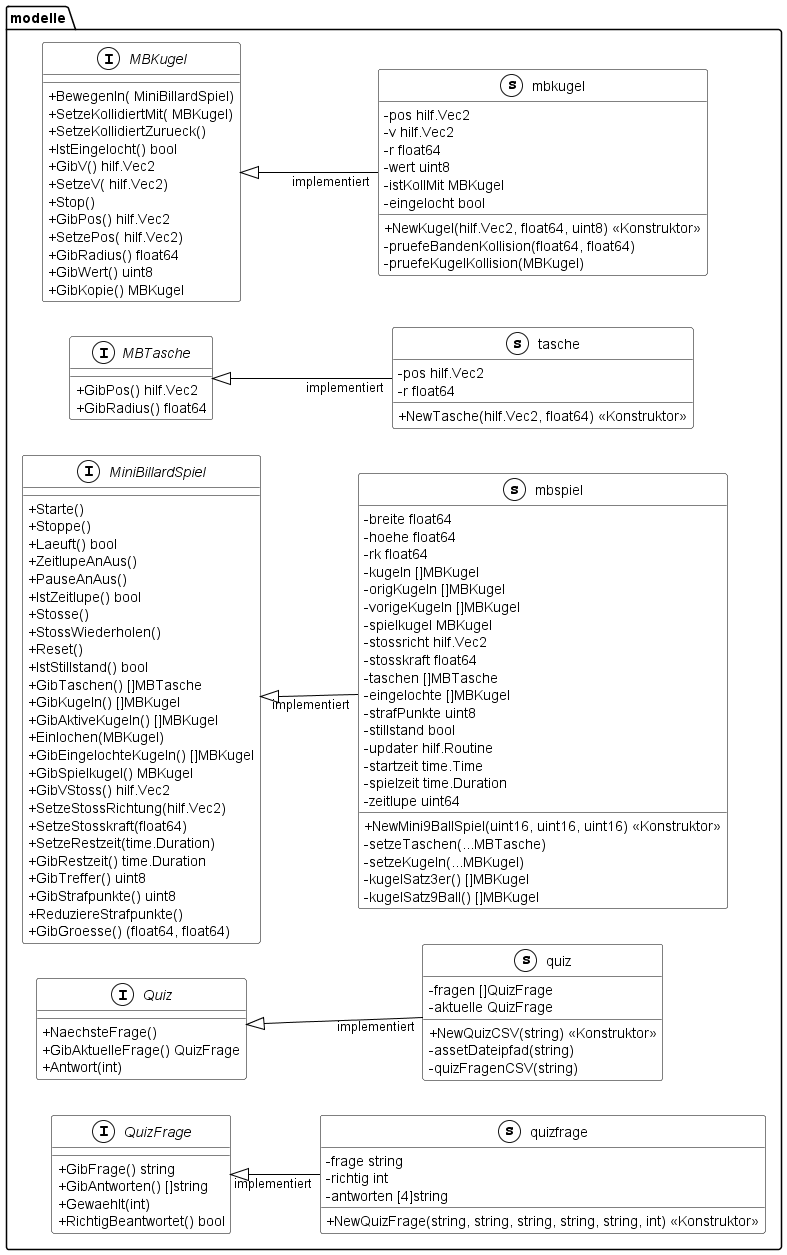
This is documentation/UML/modelle.png from Fussbroich/lwb-SWP, a PlantUML export, as it was before one commit.
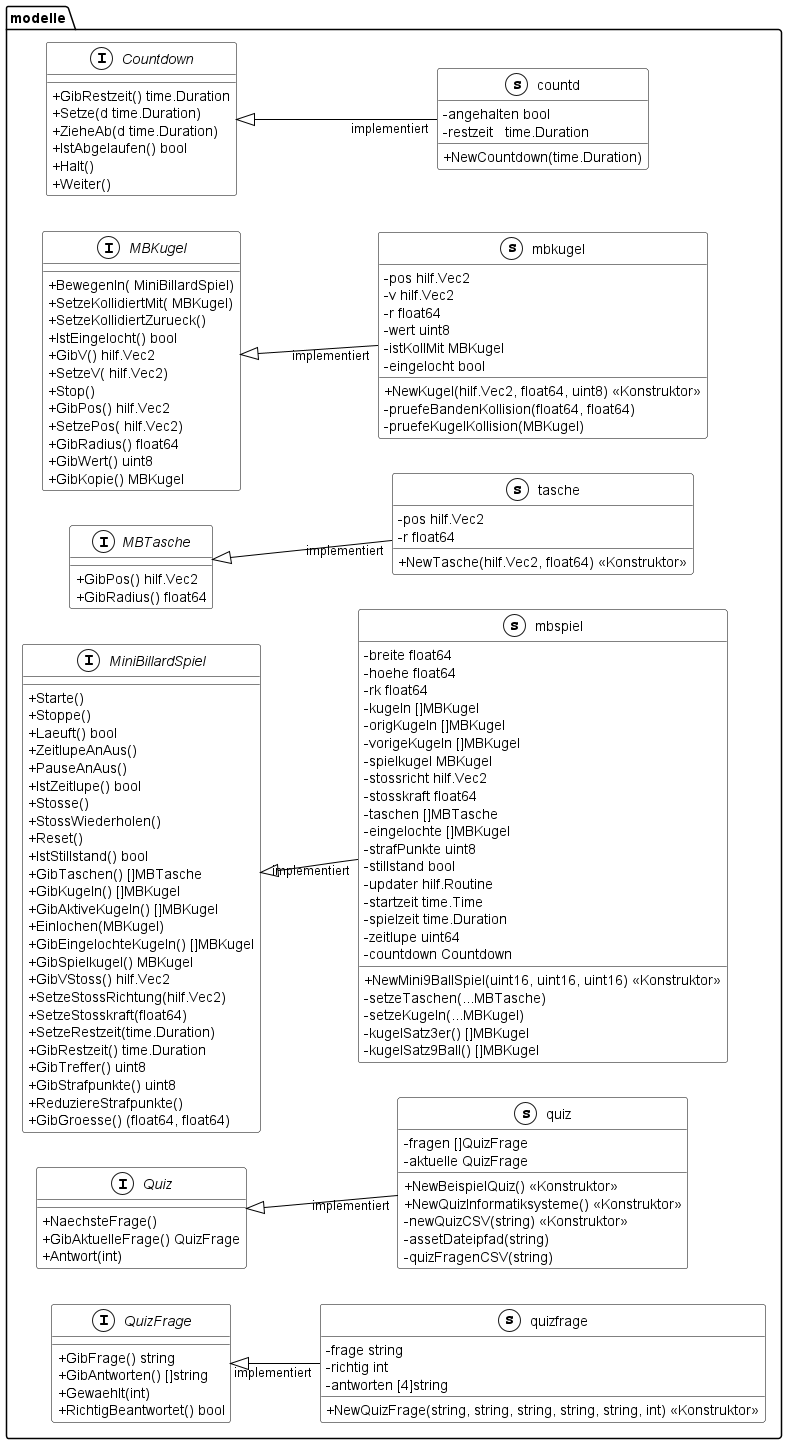
Later version of the same file.

Commit message:
adjusted docu uml

Diff of the diagram source:
```diff
@@ -9,6 +9,14 @@
 left to right direction
 skinparam stereotypeCBackgroundColor White
 namespace modelle {
+    interface Countdown << (I,White) >> {
+	    + GibRestzeit() time.Duration
+	    + Setze(d time.Duration)
+	    + ZieheAb(d time.Duration)
+	    + IstAbgelaufen() bool
+	    + Halt()
+	    + Weiter()
+    }
     interface MBKugel << (I,White) >> {
         + BewegenIn( MiniBillardSpiel)
         + SetzeKollidiertMit( MBKugel)
@@ -68,6 +76,12 @@
         + RichtigBeantwortet() bool
 
     }
+    class countd << (s,White) >> {
+	    - angehalten bool
+	    - restzeit   time.Duration
+
+        + NewCountdown(time.Duration)
+    }
     class mbkugel << (s,White) >> {
         - pos hilf.Vec2
         - v hilf.Vec2
@@ -98,6 +112,7 @@
         - startzeit time.Time
         - spielzeit time.Duration
         - zeitlupe uint64
+        - countdown Countdown
 
         + NewMini9BallSpiel(uint16, uint16, uint16) << Konstruktor >>
         - setzeTaschen(...MBTasche)
@@ -109,7 +124,9 @@
         - fragen []QuizFrage
         - aktuelle QuizFrage
 
-        + NewQuizCSV(string) << Konstruktor >>
+        + NewBeispielQuiz() << Konstruktor >>
+        + NewQuizInformatiksysteme() << Konstruktor >>
+        - newQuizCSV(string) << Konstruktor >>
         - assetDateipfad(string)
         - quizFragenCSV(string)
     }
@@ -128,6 +145,7 @@
     }
 }
 
+"modelle.Countdown" <|-- "implementiert""modelle.countd"
 "modelle.MBKugel" <|-- "implementiert""modelle.mbkugel"
 "modelle.MiniBillardSpiel" <|-- "implementiert""modelle.mbspiel"
 "modelle.Quiz" <|-- "implementiert""modelle.quiz"
```
